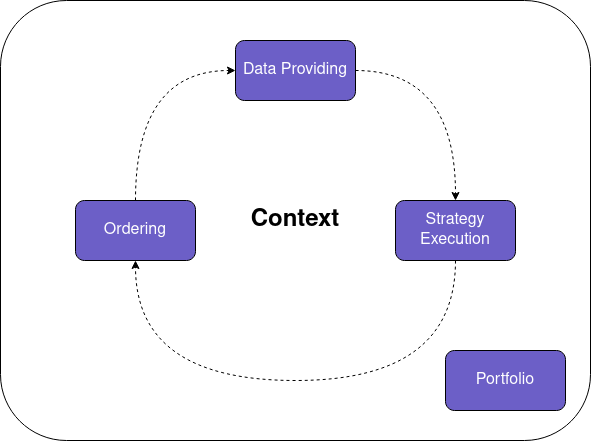
Above: public/algorithm-context.png in coding-kitties/Investing-Algorithm-Framework-Documentation (draw.io), before the change. Source tidied: cells renumbered, new cells last; positions are measured from the earlier drawing's top-left corner, leaving out a move shared by most shapes.
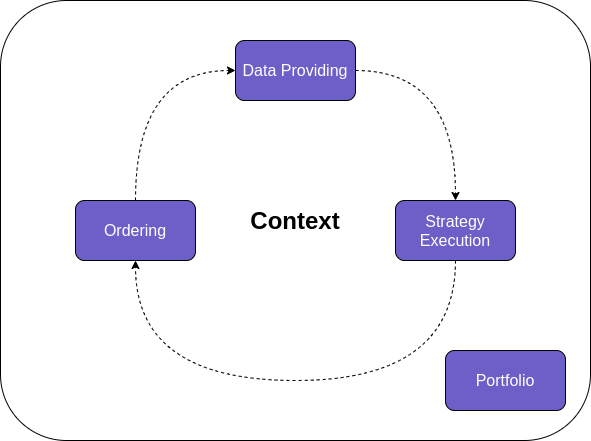
Later version of the same file.

Diff of the diagram source:
```diff
@@ -2,7 +2,7 @@
   <root>
     <mxCell id="0" />
     <mxCell id="1" parent="0" />
-    <mxCell id="2" value="&lt;b&gt;&lt;font style=&quot;font-size: 24px&quot;&gt;Context&lt;/font&gt;&lt;/b&gt;" style="rounded=1;whiteSpace=wrap;html=1;" parent="1" vertex="1">
+    <mxCell id="2" value="&lt;b&gt;&lt;font style=&quot;font-size: 24px&quot;&gt;Context&lt;/font&gt;&lt;/b&gt;" style="rounded=1;whiteSpace=wrap;html=1;fillColor=none;" parent="1" vertex="1">
       <mxGeometry width="590" height="440" as="geometry" />
     </mxCell>
     <mxCell id="3" style="edgeStyle=orthogonalEdgeStyle;jettySize=auto;html=1;exitX=1;exitY=0.5;exitDx=0;exitDy=0;entryX=0.5;entryY=0;entryDx=0;entryDy=0;curved=1;dashed=1;" parent="1" edge="1" source="4" target="6">
```
